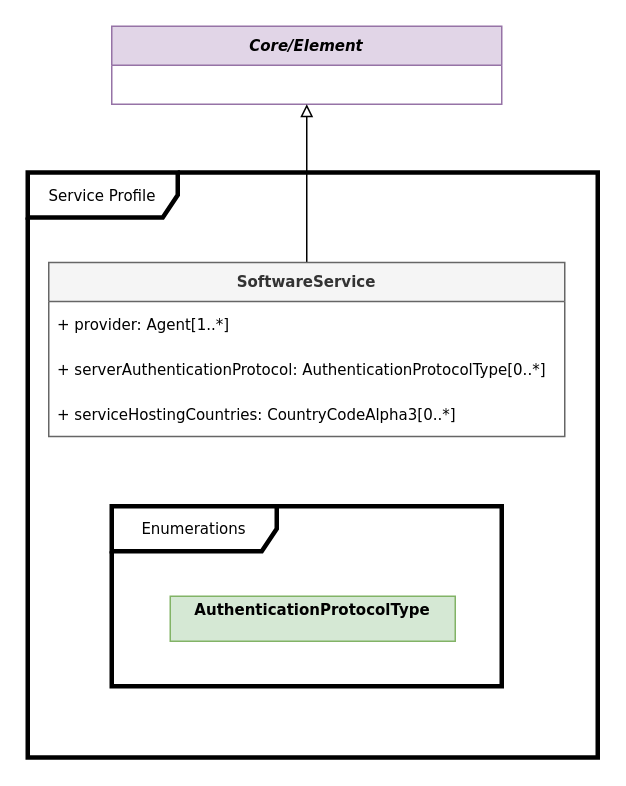
Before: page "Service" (9 of 9) of docs/model.drawio in spdx/spdx-3-model, a draw.io diagram. Source tidied: cells renumbered, new cells numbered last; positions are measured from the earlier drawing's top-left corner, leaving out a move shared by most shapes. Both pictures are drawn from the tidied source at 150%, with x=0, y=0 at pixel (27, 26).
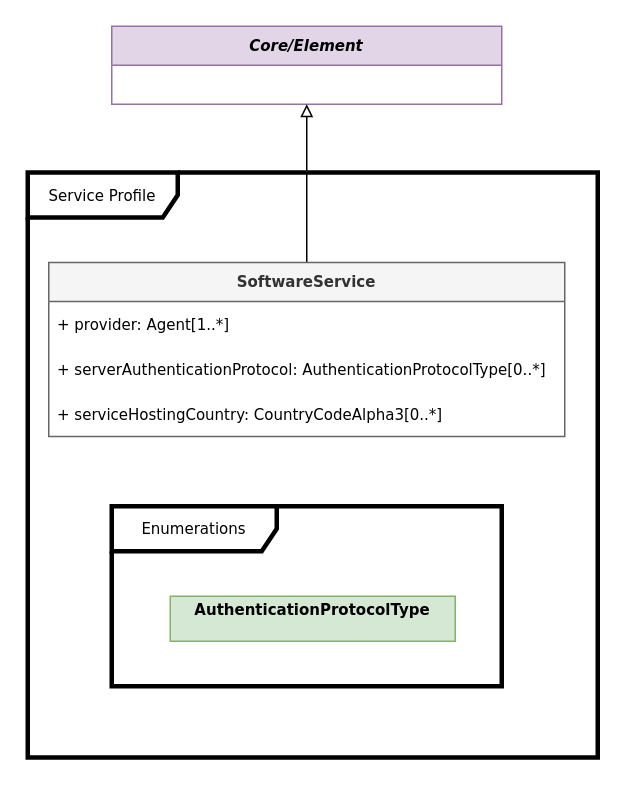
Above is the later version.

What changed in the source:
```diff
@@
 <mxGraphModel>
   <root>
     <mxCell id="0" />
     <mxCell id="1" parent="0" />
     <mxCell id="2" value="Core/Element" style="swimlane;fontStyle=3;horizontal=1;startSize=26;fillColor=#e1d5e7;strokeColor=#9673a6;fontFamily=Verdana;fontSize=10;" parent="1" vertex="1">
       <mxGeometry x="56" width="260" height="52" as="geometry" />
     </mxCell>
     <mxCell id="3" style="endArrow=block;html=1;rounded=0;entryX=0.5;entryY=1;entryDx=0;entryDy=0;exitX=0.5;exitY=0;exitDx=0;exitDy=0;endFill=0;fontFamily=Verdana;fontSize=10;" parent="1" edge="1" source="5" target="2">
       <mxGeometry relative="1" as="geometry" />
     </mxCell>
     <mxCell id="4" value="Service Profile" style="shape=umlFrame;whiteSpace=wrap;html=1;width=100;height=30;strokeWidth=3;fontFamily=Verdana;fontSize=10;" parent="1" vertex="1">
       <mxGeometry y="97.5" width="380" height="390" as="geometry" />
     </mxCell>
     <mxCell id="5" value="SoftwareService" style="swimlane;fontStyle=1;horizontal=1;startSize=26;fillColor=#f5f5f5;strokeColor=#666666;fontColor=#333333;fontFamily=Verdana;fontSize=10;" parent="1" vertex="1">
       <mxGeometry x="14" y="157.5" width="344" height="116" as="geometry" />
     </mxCell>
     <mxCell id="6" value="+ provider: Agent[1..*]" style="text;strokeColor=none;fillColor=none;align=left;verticalAlign=middle;spacingLeft=4;spacingRight=4;overflow=hidden;whiteSpace=wrap;html=1;fontFamily=Verdana;fontSize=10;" parent="5" vertex="1">
       <mxGeometry y="26" width="344" height="30" as="geometry" />
     </mxCell>
     <mxCell id="7" value="+ serverAuthenticationProtocol:&amp;nbsp;AuthenticationProtocolType[0..*]" style="text;strokeColor=none;fillColor=none;align=left;verticalAlign=middle;spacingLeft=4;spacingRight=4;overflow=hidden;whiteSpace=wrap;html=1;fontFamily=Verdana;fontSize=10;" parent="5" vertex="1">
       <mxGeometry y="56" width="344" height="30" as="geometry" />
     </mxCell>
-    <mxCell id="8" value="+ serviceHostingCountries: CountryCodeAlpha3[0..*]" style="text;strokeColor=none;fillColor=none;align=left;verticalAlign=middle;spacingLeft=4;spacingRight=4;overflow=hidden;whiteSpace=wrap;html=1;fontFamily=Verdana;fontSize=10;" parent="5" vertex="1">
+    <mxCell id="8" value="+ serviceHostingCountry: CountryCodeAlpha3[0..*]" style="text;strokeColor=none;fillColor=none;align=left;verticalAlign=middle;spacingLeft=4;spacingRight=4;overflow=hidden;whiteSpace=wrap;html=1;fontFamily=Verdana;fontSize=10;" parent="5" vertex="1">
       <mxGeometry y="86" width="344" height="30" as="geometry" />
     </mxCell>
     <mxCell id="9" value="Enumerations" style="shape=umlFrame;whiteSpace=wrap;html=1;width=110;height=30;strokeWidth=3;fontFamily=Verdana;fontSize=10;fontStyle=0;" parent="1" vertex="1">
       <mxGeometry x="56" y="320" width="260" height="120" as="geometry" />
     </mxCell>
     <mxCell id="10" value="&lt;p style=&quot;margin: 4px 0px 0px; text-align: center;&quot;&gt;&lt;span style=&quot;text-align: left; text-wrap-mode: wrap;&quot;&gt;&lt;b&gt;AuthenticationProtocolType&lt;/b&gt;&lt;/span&gt;&lt;/p&gt;" style="verticalAlign=top;align=left;overflow=fill;fontSize=10;fontFamily=Verdana;html=1;fillColor=#d5e8d4;strokeColor=#82b366;fontStyle=0;" parent="1" vertex="1">
       <mxGeometry x="95" y="380" width="190" height="30" as="geometry" />
     </mxCell>
   </root>
 </mxGraphModel>
```
